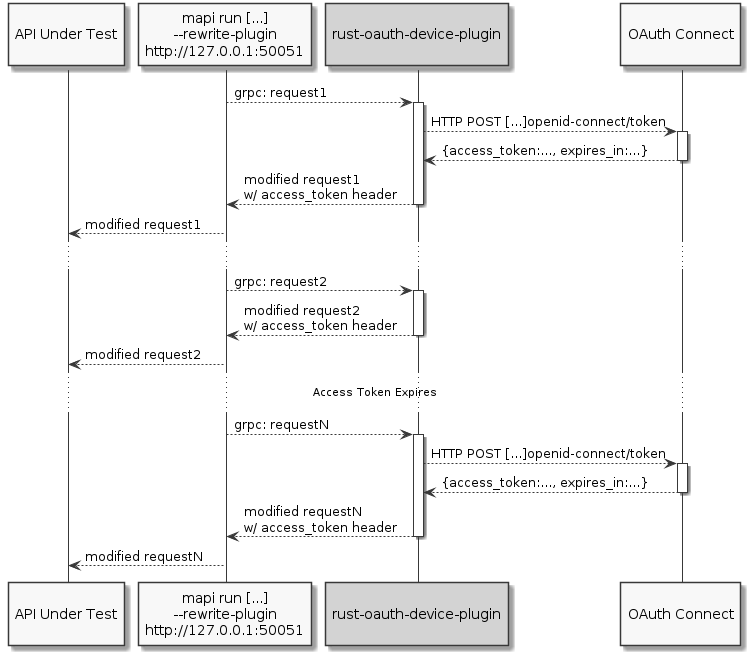
Earlier version of the PlantUML export plugins/rust-openid-token-plugin/sequence_diagram.png (ForAllSecure/mapi-examples). Its source is kept beside it as plugins/rust-openid-token-plugin/sequence_diagram.puml. Source of this version:
```plantuml
@startuml
skinparam monochrome true
participant AUT as "\nAPI Under Test\n"
participant mapi as "mapi run [...]\n--rewrite-plugin\nhttp://127.0.0.1:50051"
participant plugin as "\nrust-oauth-device-plugin\n" #lightGray
participant oauth as "\nOAuth Connect\n"

mapi --> plugin: grpc: request1
activate plugin
plugin --> oauth: HTTP POST [...]openid-connect/token
activate oauth
return {access_token:..., expires_in:...}
return modified request1\nw/ access_token header
mapi --> AUT: modified request1
...
mapi --> plugin: grpc: request2
activate plugin
return modified request2\nw/ access_token header
mapi --> AUT: modified request2

... Access Token Expires ...
mapi --> plugin: grpc: requestN
activate plugin
plugin --> oauth: HTTP POST [...]openid-connect/token
activate oauth
return {access_token:..., expires_in:...}
return modified requestN\nw/ access_token header
mapi --> AUT: modified requestN

@enduml
```
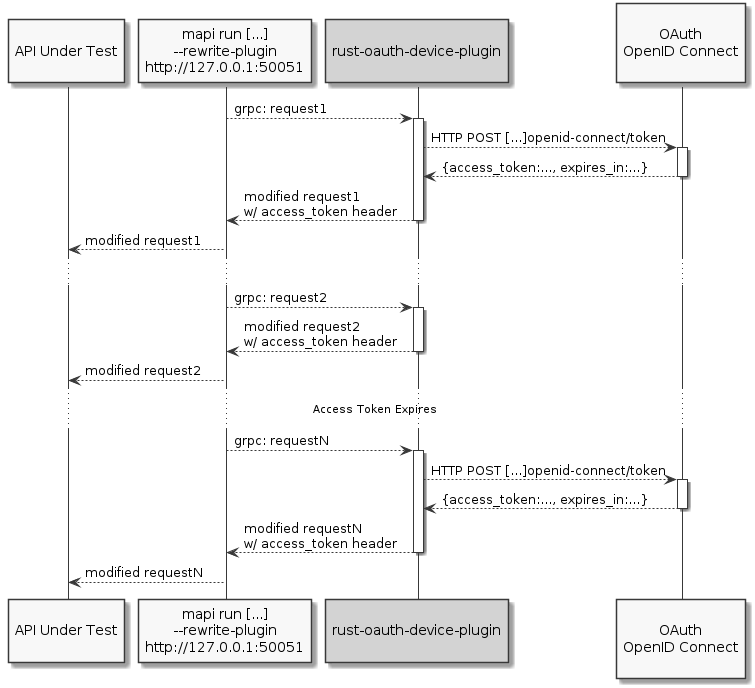
The same file after the commit.

Commit message:
Fix diagram "OpenID Connect" actor name

What changed in the source:
```diff
@@ -3,7 +3,7 @@
 participant AUT as "\nAPI Under Test\n"
 participant mapi as "mapi run [...]\n--rewrite-plugin\nhttp://127.0.0.1:50051"
 participant plugin as "\nrust-oauth-device-plugin\n" #lightGray
-participant oauth as "\nOAuth Connect\n"
+participant oauth as "\nOAuth\nOpenID Connect\n"
 
 mapi --> plugin: grpc: request1
 activate plugin
```
